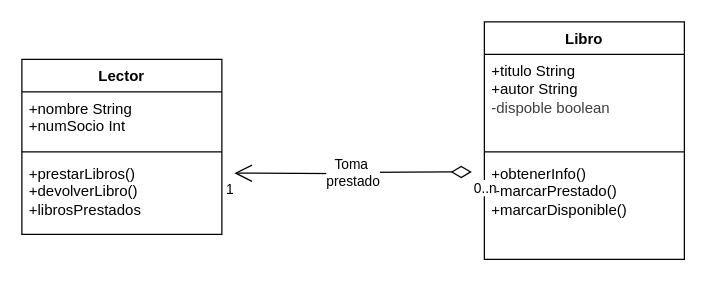
Before: page "Page-2" (2 of 5) of EntornosDeDesarrollo/UD5/ejercicio.drawio in GaunaRocioAnahi/RepostorioDeApuntes, a draw.io diagram. Source tidied: cells renumbered, new cells numbered last; positions are measured from the earlier drawing's top-left corner, leaving out a move shared by most shapes. Both pictures are drawn from the tidied source at 125%, with x=0, y=0 at pixel (21, 21).
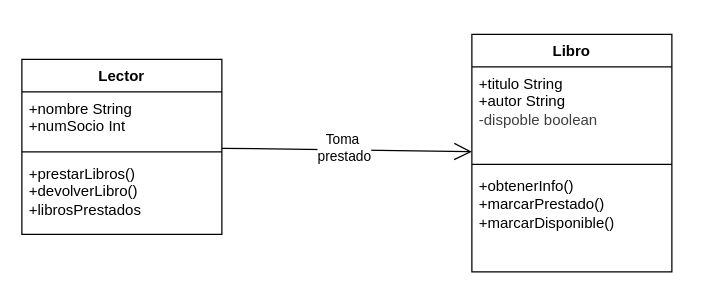
The same diagram, later.

Change to the diagram source:
```diff
@@
 <mxGraphModel>
   <root>
     <mxCell id="0" />
     <mxCell id="1" parent="0" />
     <mxCell id="2" value="Lector" style="swimlane;fontStyle=1;align=center;verticalAlign=top;horizontal=1;startSize=26;whiteSpace=wrap;html=1;" parent="1" vertex="1">
       <mxGeometry y="30" width="160" height="140" as="geometry" />
     </mxCell>
     <mxCell id="3" value="+nombre String&lt;div&gt;+numSocio Int&lt;/div&gt;" style="text;strokeColor=none;fillColor=none;align=left;verticalAlign=top;spacingLeft=4;spacingRight=4;overflow=hidden;whiteSpace=wrap;html=1;" parent="2" vertex="1">
       <mxGeometry y="26" width="160" height="44" as="geometry" />
     </mxCell>
     <mxCell id="4" style="line;strokeWidth=1;fillColor=none;align=left;verticalAlign=middle;spacingTop=-1;spacingLeft=3;spacingRight=3;labelPosition=right;strokeColor=inherit;" parent="2" vertex="1">
       <mxGeometry y="70" width="160" height="8" as="geometry" />
     </mxCell>
     <mxCell id="5" value="+prestarLibros()&lt;div&gt;+devolverLibro()&lt;/div&gt;&lt;div&gt;+librosPrestados&lt;/div&gt;" style="text;strokeColor=none;fillColor=none;align=left;verticalAlign=top;spacingLeft=4;spacingRight=4;overflow=hidden;whiteSpace=wrap;html=1;" parent="2" vertex="1">
       <mxGeometry y="78" width="160" height="62" as="geometry" />
     </mxCell>
     <mxCell id="6" value="Libro" style="swimlane;fontStyle=1;align=center;verticalAlign=top;horizontal=1;startSize=26;whiteSpace=wrap;html=1;" parent="1" vertex="1">
-      <mxGeometry x="370" width="160" height="190" as="geometry" />
+      <mxGeometry x="360" y="10" width="160" height="190" as="geometry" />
     </mxCell>
     <mxCell id="7" value="+titulo String&lt;div&gt;+autor String&lt;/div&gt;&lt;div&gt;&lt;span style=&quot;color: rgb(63, 63, 63); background-color: transparent;&quot;&gt;-dispoble boolean&amp;nbsp;&lt;/span&gt;&lt;/div&gt;" style="text;strokeColor=none;fillColor=none;align=left;verticalAlign=top;spacingLeft=4;spacingRight=4;overflow=hidden;whiteSpace=wrap;html=1;" parent="6" vertex="1">
       <mxGeometry y="26" width="160" height="74" as="geometry" />
     </mxCell>
     <mxCell id="8" style="line;strokeWidth=1;fillColor=none;align=left;verticalAlign=middle;spacingTop=-1;spacingLeft=3;spacingRight=3;labelPosition=right;strokeColor=inherit;" parent="6" vertex="1">
       <mxGeometry y="100" width="160" height="8" as="geometry" />
     </mxCell>
     <mxCell id="9" value="+obtenerInfo()&lt;div&gt;+marcarPrestado()&lt;/div&gt;&lt;div&gt;+marcarDisponible()&lt;/div&gt;" style="text;strokeColor=none;fillColor=none;align=left;verticalAlign=top;spacingLeft=4;spacingRight=4;overflow=hidden;whiteSpace=wrap;html=1;" parent="6" vertex="1">
       <mxGeometry y="108" width="160" height="82" as="geometry" />
     </mxCell>
+    <mxCell id="13" style="endArrow=open;endFill=1;endSize=12;html=1;" parent="1" edge="1" source="2" target="6">
+      <mxGeometry relative="1" as="geometry" />
+    </mxCell>
-    <mxCell id="10" value="Toma&amp;nbsp;&lt;div&gt;prestado&lt;/div&gt;" style="endArrow=open;html=1;endSize=12;startArrow=diamondThin;startSize=14;startFill=0;edgeStyle=orthogonalEdgeStyle;" parent="1" edge="1">
-      <mxGeometry relative="1" as="geometry">
-        <mxPoint x="360" y="120" as="sourcePoint" />
-        <mxPoint x="170" y="121" as="targetPoint" />
-      </mxGeometry>
+    <mxCell id="10" value="Toma&amp;nbsp;&lt;div&gt;prestado&lt;/div&gt;" style="edgeLabel;html=1;align=center;verticalAlign=middle;" parent="13" vertex="1">
+      <mxGeometry x="-0.03" y="2" relative="1" as="geometry" />
     </mxCell>
-    <mxCell id="11" value="0..n" style="edgeLabel;html=1;align=left;verticalAlign=top;" parent="10" vertex="1">
-      <mxGeometry x="-1" relative="1" as="geometry" />
-    </mxCell>
-    <mxCell id="12" value="1" style="edgeLabel;html=1;align=right;verticalAlign=top;" parent="10" vertex="1">
-      <mxGeometry x="1" relative="1" as="geometry" />
-    </mxCell>
   </root>
 </mxGraphModel>
```
